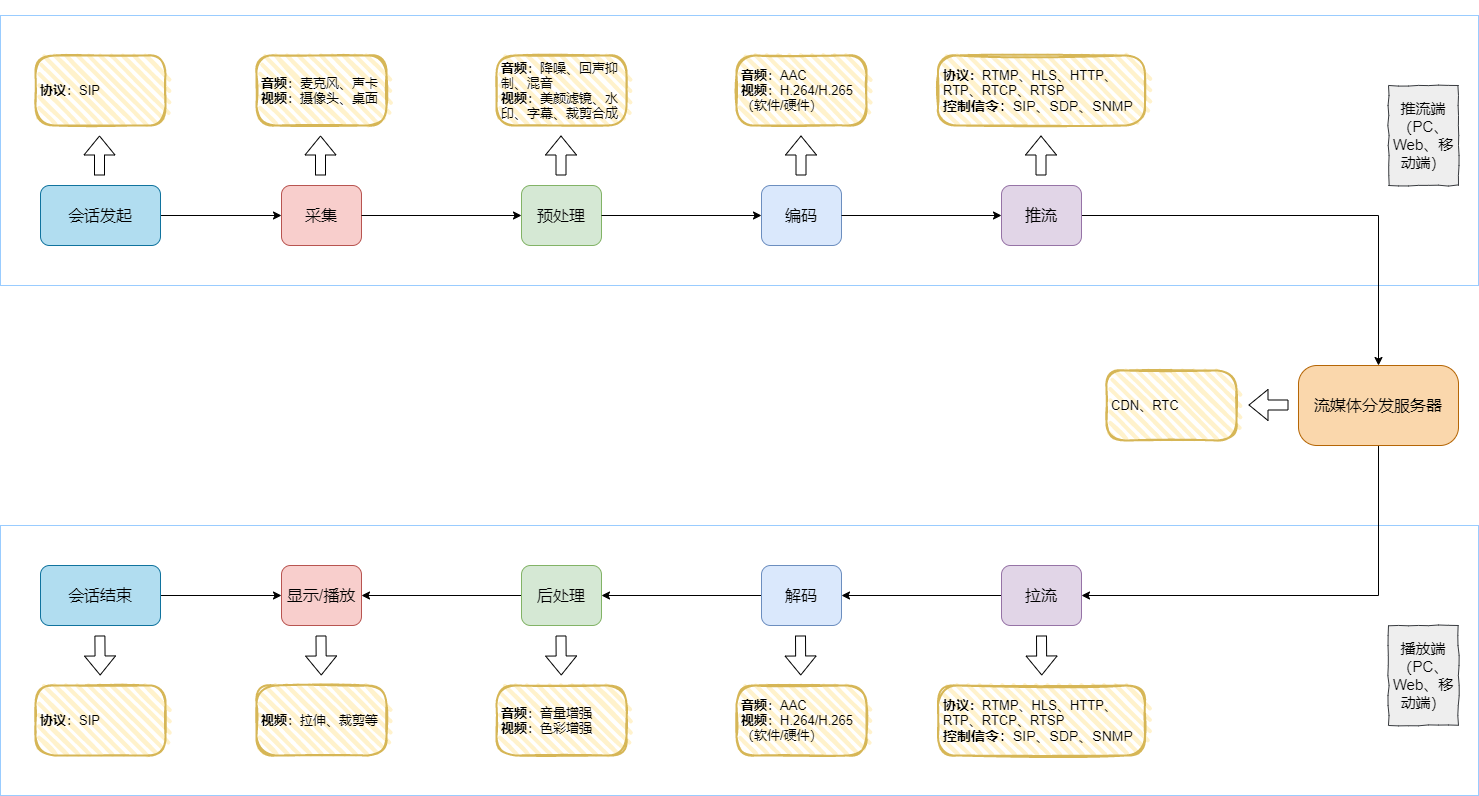
This is diagrams/音视频架构.drawio.png from suirane/assets, a draw.io export, as it was before one commit. Source tidied: cells renumbered, new cells last; positions are measured from the earlier drawing's top-left corner, leaving out a move shared by most shapes.
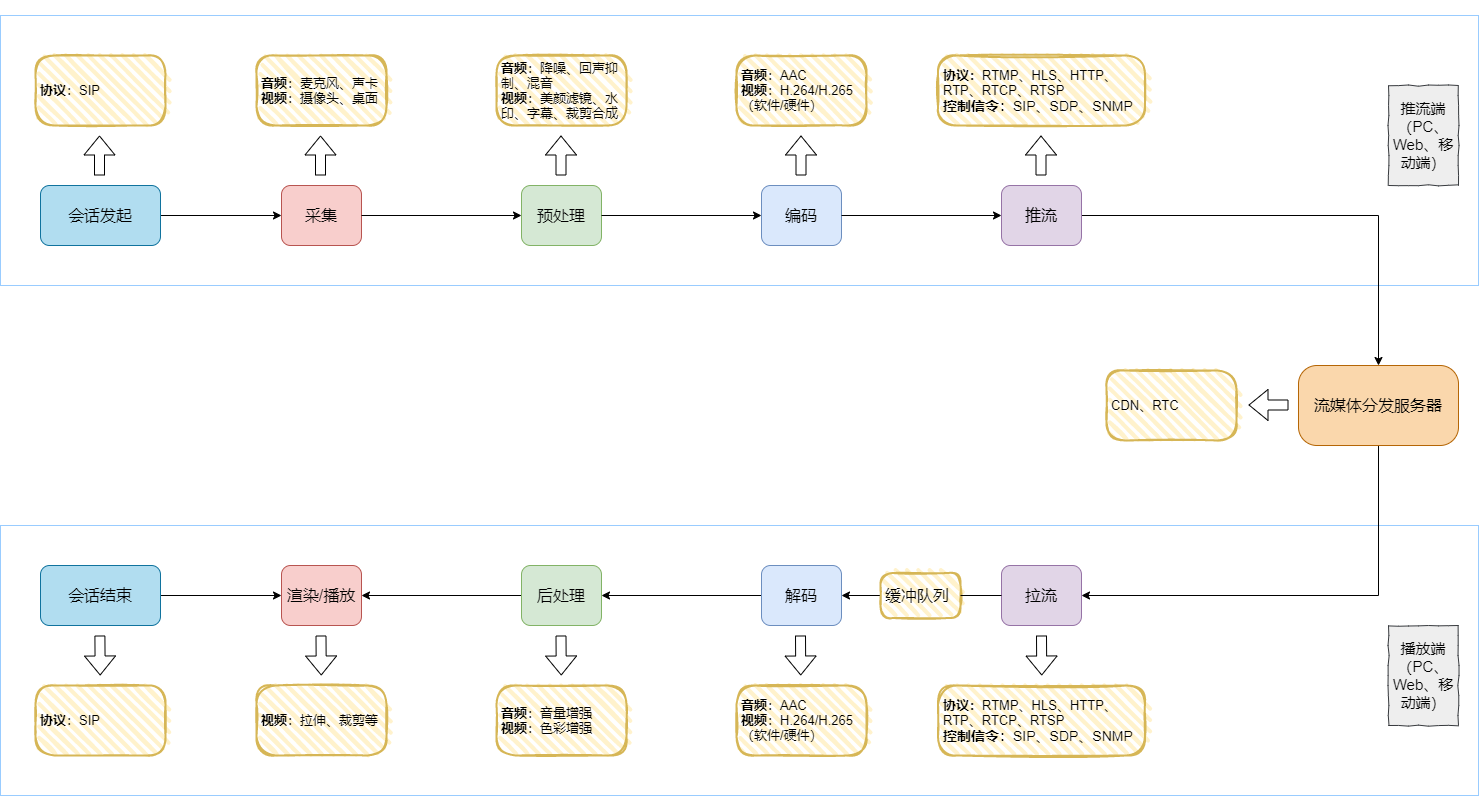
The same diagram one commit later.

Commit message:
更新音视频架构.drawio.png

Diff of the diagram source:
```diff
@@ -32,7 +32,7 @@
     <mxCell id="11" style="edgeStyle=orthogonalEdgeStyle;rounded=0;jettySize=auto;html=1;exitX=1;exitY=0.5;exitDx=0;exitDy=0;entryX=0;entryY=0.5;entryDx=0;entryDy=0;" parent="1" edge="1" source="7" target="10">
       <mxGeometry x="601" y="-670" as="geometry" />
     </mxCell>
-    <mxCell id="12" value="&lt;span style=&quot;font-size: 16px&quot;&gt;显示/播放&lt;/span&gt;" style="rounded=1;whiteSpace=wrap;html=1;fillColor=#f8cecc;strokeColor=#b85450;" parent="1" vertex="1">
+    <mxCell id="12" value="&lt;span style=&quot;font-size: 16px&quot;&gt;渲染/播放&lt;/span&gt;" style="rounded=1;whiteSpace=wrap;html=1;fillColor=#f8cecc;strokeColor=#b85450;" parent="1" vertex="1">
       <mxGeometry x="281" y="550" width="80" height="60" as="geometry" />
     </mxCell>
     <mxCell id="13" style="edgeStyle=orthogonalEdgeStyle;rounded=0;jettySize=auto;html=1;exitX=0;exitY=0.5;exitDx=0;exitDy=0;entryX=1;entryY=0.5;entryDx=0;entryDy=0;fontSize=12;" parent="1" edge="1" source="14" target="12">
@@ -47,7 +47,7 @@
     <mxCell id="16" value="&lt;span style=&quot;font-size: 16px&quot;&gt;解码&lt;/span&gt;" style="rounded=1;whiteSpace=wrap;html=1;fillColor=#dae8fc;strokeColor=#6c8ebf;" parent="1" vertex="1">
       <mxGeometry x="761" y="550" width="80" height="60" as="geometry" />
     </mxCell>
-    <mxCell id="17" style="edgeStyle=orthogonalEdgeStyle;rounded=0;jettySize=auto;html=1;exitX=0;exitY=0.5;exitDx=0;exitDy=0;entryX=1;entryY=0.5;entryDx=0;entryDy=0;fontSize=12;" parent="1" edge="1" source="18" target="16">
+    <mxCell id="17" style="edgeStyle=orthogonalEdgeStyle;rounded=0;jettySize=auto;html=1;exitX=0;exitY=0.5;exitDx=0;exitDy=0;entryX=1;entryY=0.5;entryDx=0;entryDy=0;fontSize=12;startArrow=none;" parent="1" edge="1" source="49" target="16">
       <mxGeometry relative="1" as="geometry" />
     </mxCell>
     <mxCell id="18" value="&lt;span style=&quot;font-size: 16px&quot;&gt;拉流&lt;/span&gt;" style="rounded=1;whiteSpace=wrap;html=1;fillColor=#e1d5e7;strokeColor=#9673a6;" parent="1" vertex="1">
@@ -178,5 +178,11 @@
         <mxPoint x="99.7" y="660" as="targetPoint" />
       </mxGeometry>
     </mxCell>
+    <mxCell id="49" value="&lt;p style=&quot;line-height: 100%&quot;&gt;&lt;/p&gt;&lt;blockquote style=&quot;margin: 0 0 0 40px ; border: none ; padding: 0px&quot;&gt;&lt;/blockquote&gt;&lt;font style=&quot;font-size: 16px&quot;&gt;缓冲队列&lt;/font&gt;&lt;br&gt;&lt;p&gt;&lt;/p&gt;" style="rounded=1;whiteSpace=wrap;html=1;strokeWidth=2;fillWeight=4;hachureGap=8;hachureAngle=45;fillColor=#fff2cc;sketch=1;strokeColor=#d6b656;align=left;fontSize=12;arcSize=27;verticalAlign=middle;spacingTop=0;spacing=0;horizontal=1;spacingLeft=5;spacingRight=5;" parent="1" vertex="1">
+      <mxGeometry x="880" y="557.5" width="80" height="45" as="geometry" />
+    </mxCell>
+    <mxCell id="50" style="edgeStyle=orthogonalEdgeStyle;rounded=0;jettySize=auto;html=1;exitX=0;exitY=0.5;exitDx=0;exitDy=0;entryX=1;entryY=0.5;entryDx=0;entryDy=0;fontSize=12;endArrow=none;" parent="1" edge="1" source="18" target="49">
+      <mxGeometry relative="1" as="geometry" />
+    </mxCell>
   </root>
 </mxGraphModel>
```
